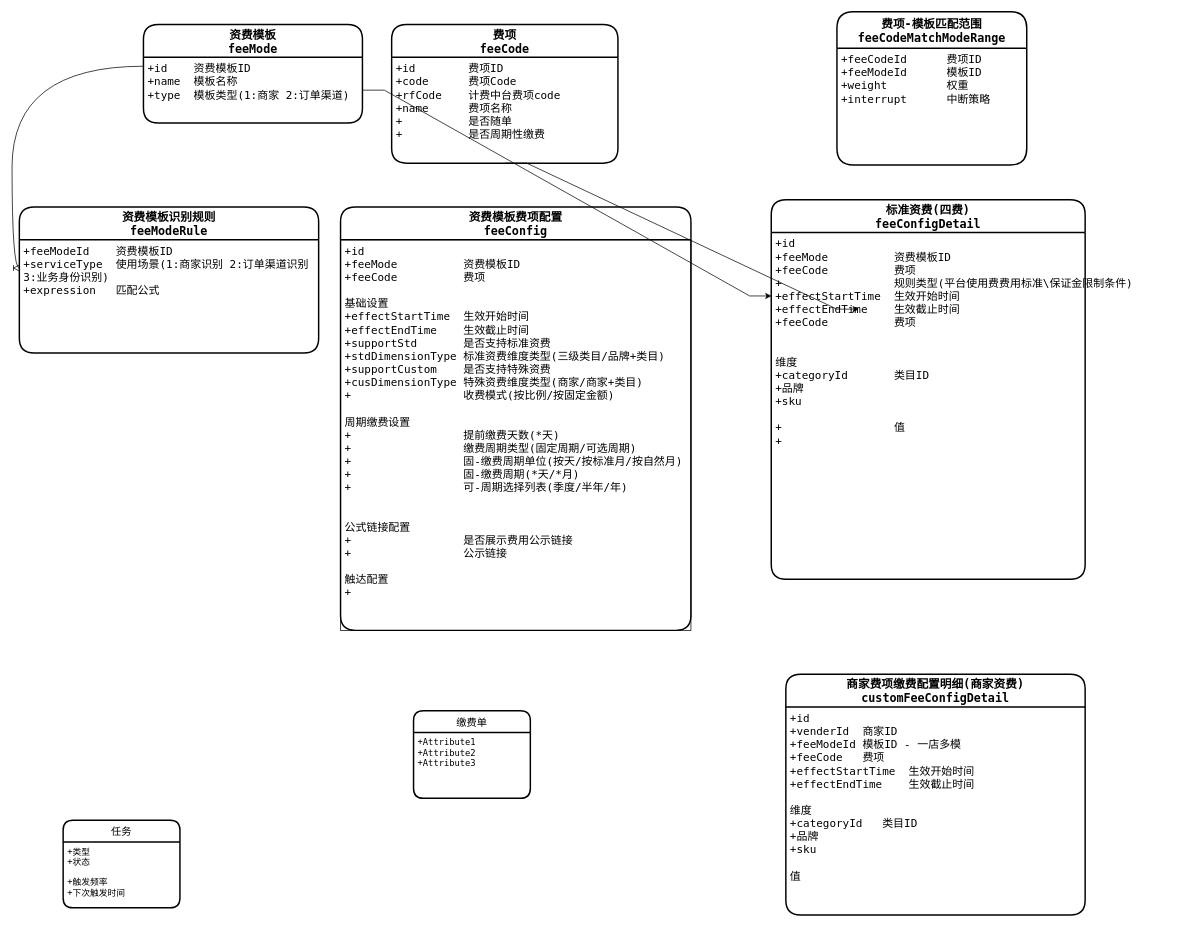
Before: 缴费平台ER图.drawio in RubberBoy/some, a draw.io diagram. Source tidied: cells renumbered, new cells numbered last; positions are measured from the earlier drawing's top-left corner, leaving out a move shared by most shapes. Both pictures are drawn from the tidied source at 73%, with x=0, y=0 at pixel (19, 11).
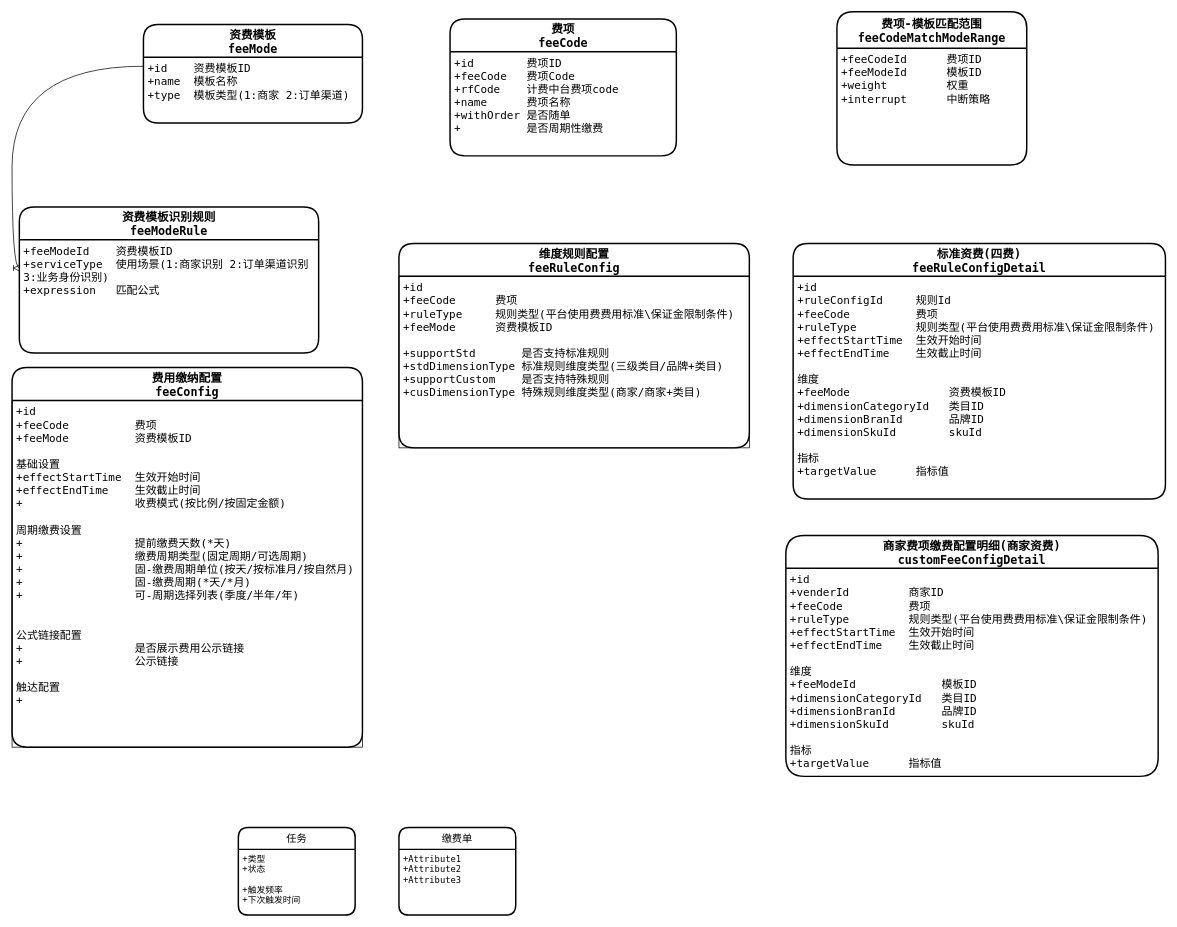
The same diagram, later.

Commit message:
更新缴费平台ER图.drawio

Unchanged cells that the change refers to:
```xml
<mxCell id="3" value="+id    资费模板ID&#10;+name  模板名称&#10;+type  模板类型(1:商家 2:订单渠道)" style="align=left;strokeColor=none;fillColor=none;spacingLeft=4;fontSize=15;verticalAlign=top;fontFamily=Menlo;" parent="2" vertex="1">
  <mxGeometry y="45" width="300" height="90" as="geometry" />
</mxCell>
```

The edit, as a diff of the source:
```diff
@@
-    <mxCell id="7" value="资费模板费项配置&#10;feeConfig" style="swimlane;horizontal=1;startSize=45;rounded=1;fontSize=16;fontStyle=1;strokeWidth=2;shadow=0;dashed=0;align=center;fontFamily=Menlo;strokeColor=#000000;" parent="1" vertex="1">
-      <mxGeometry x="440" y="268" width="480" height="580" as="geometry" />
+    <mxCell id="7" value="费用缴纳配置&#10;feeConfig" style="swimlane;horizontal=1;startSize=45;rounded=1;fontSize=16;fontStyle=1;strokeWidth=2;shadow=0;dashed=0;align=center;fontFamily=Menlo;strokeColor=#000000;" parent="1" vertex="1">
+      <mxGeometry x="-10" y="488" width="480" height="520" as="geometry" />
     </mxCell>
-    <mxCell id="8" value="+id&#10;+feeMode          资费模板ID&#10;+feeCode          费项&#10;&#10;基础设置&#10;+effectStartTime  生效开始时间&#10;+effectEndTime    生效截止时间&#10;+supportStd       是否支持标准资费&#10;+stdDimensionType 标准资费维度类型(三级类目/品牌+类目)&#10;+supportCustom    是否支持特殊资费&#10;+cusDimensionType 特殊资费维度类型(商家/商家+类目)&#10;+                 收费模式(按比例/按固定金额)&#10;&#10;周期缴费设置&#10;+                 提前缴费天数(*天)&#10;+                 缴费周期类型(固定周期/可选周期)&#10;+                 固-缴费周期单位(按天/按标准月/按自然月)&#10;+                 固-缴费周期(*天/*月)&#10;+                 可-周期选择列表(季度/半年/年)&#10;&#10;&#10;公式链接配置&#10;+                 是否展示费用公示链接&#10;+                 公示链接&#10;&#10;触达配置&#10;+                 &#10;&#10;&#10;" style="align=left;strokeColor=#000000;fillColor=none;spacingLeft=4;fontSize=15;verticalAlign=top;fontFamily=Menlo;fontColor=#000000;" parent="7" vertex="1">
-      <mxGeometry y="45" width="480" height="535" as="geometry" />
+    <mxCell id="8" value="+id&#10;+feeCode          费项&#10;+feeMode          资费模板ID&#10;&#10;基础设置&#10;+effectStartTime  生效开始时间&#10;+effectEndTime    生效截止时间&#10;+                 收费模式(按比例/按固定金额)&#10;&#10;周期缴费设置&#10;+                 提前缴费天数(*天)&#10;+                 缴费周期类型(固定周期/可选周期)&#10;+                 固-缴费周期单位(按天/按标准月/按自然月)&#10;+                 固-缴费周期(*天/*月)&#10;+                 可-周期选择列表(季度/半年/年)&#10;&#10;&#10;公式链接配置&#10;+                 是否展示费用公示链接&#10;+                 公示链接&#10;&#10;触达配置&#10;+                 &#10;&#10;&#10;" style="align=left;strokeColor=#000000;fillColor=none;spacingLeft=4;fontSize=15;verticalAlign=top;fontFamily=Menlo;fontColor=#000000;" parent="7" vertex="1">
+      <mxGeometry y="45" width="480" height="475" as="geometry" />
     </mxCell>
     <mxCell id="9" value="费项&#10;feeCode" style="swimlane;horizontal=1;startSize=45;rounded=1;fontSize=16;fontStyle=1;strokeWidth=2;shadow=0;dashed=0;align=center;fontFamily=Menlo;" parent="1" vertex="1">
-      <mxGeometry x="510" y="18" width="310" height="190" as="geometry" />
+      <mxGeometry x="590" y="10.5" width="310" height="187.5" as="geometry" />
     </mxCell>
-    <mxCell id="10" value="+id        费项ID&#10;+code      费项Code&#10;+rfCode    计费中台费项code&#10;+name      费项名称&#10;+          是否随单&#10;+          是否周期性缴费" style="align=left;strokeColor=none;fillColor=none;spacingLeft=4;fontSize=15;verticalAlign=top;fontFamily=Menlo;" parent="9" vertex="1">
-      <mxGeometry y="45" width="310" height="145" as="geometry" />
+    <mxCell id="10" value="+id        费项ID&#10;+feeCode   费项Code&#10;+rfCode    计费中台费项code&#10;+name      费项名称&#10;+withOrder 是否随单&#10;+          是否周期性缴费" style="align=left;strokeColor=none;fillColor=none;spacingLeft=4;fontSize=15;verticalAlign=top;fontFamily=Menlo;" parent="9" vertex="1">
+      <mxGeometry y="45" width="310" height="142.5" as="geometry" />
     </mxCell>
-    <mxCell id="11" value="标准资费(四费)&#10;feeConfigDetail" style="swimlane;horizontal=1;startSize=45;rounded=1;fontSize=16;fontStyle=1;strokeWidth=2;shadow=0;dashed=0;align=center;fontFamily=Menlo;" parent="1" vertex="1">
-      <mxGeometry x="1030" y="258" width="430" height="520" as="geometry" />
+    <mxCell id="11" value="标准资费(四费)&#10;feeRuleConfigDetail" style="swimlane;horizontal=1;startSize=45;rounded=1;fontSize=16;fontStyle=1;strokeWidth=2;shadow=0;dashed=0;align=center;fontFamily=Menlo;" parent="1" vertex="1">
+      <mxGeometry x="1060" y="318" width="510" height="350" as="geometry" />
     </mxCell>
-    <mxCell id="12" value="+id&#10;+feeMode          资费模板ID&#10;+feeCode          费项&#10;+                 规则类型(平台使用费费用标准\保证金限制条件)&#10;+effectStartTime  生效开始时间&#10;+effectEndTime    生效截止时间&#10;+feeCode          费项&#10;&#10;&#10;维度&#10;+categoryId       类目ID&#10;+品牌&#10;+sku&#10;&#10;+                 值&#10;+" style="align=left;strokeColor=none;fillColor=none;spacingLeft=4;fontSize=15;verticalAlign=top;fontFamily=Menlo;" parent="11" vertex="1">
-      <mxGeometry y="45" width="430" height="475" as="geometry" />
+    <mxCell id="12" value="+id&#10;+ruleConfigId     规则Id&#10;+feeCode          费项&#10;+ruleType         规则类型(平台使用费费用标准\保证金限制条件)&#10;+effectStartTime  生效开始时间&#10;+effectEndTime    生效截止时间&#10;&#10;维度&#10;+feeMode               资费模板ID&#10;+dimensionCategoryId   类目ID&#10;+dimensionBranId       品牌ID&#10;+dimensionSkuId        skuId&#10;&#10;指标&#10;+targetValue      指标值" style="align=left;strokeColor=none;fillColor=none;spacingLeft=4;fontSize=15;verticalAlign=top;fontFamily=Menlo;" parent="11" vertex="1">
+      <mxGeometry y="45" width="510" height="305" as="geometry" />
     </mxCell>
-    <mxCell id="13" value="商家费项缴费配置明细(商家资费)&#10;customFeeConfigDetail" style="swimlane;horizontal=1;startSize=45;rounded=1;fontSize=16;fontStyle=1;strokeWidth=2;shadow=0;dashed=0;align=center;fontFamily=Menlo;" parent="1" vertex="1">
-      <mxGeometry x="1050" y="908" width="410" height="330" as="geometry" />
+    <mxCell id="13" value="商家费项缴费配置明细(商家资费)&#10;customFeeConfigDetail" style="swimlane;horizontal=1;startSize=45;rounded=1;fontSize=16;fontStyle=1;strokeWidth=2;shadow=0;dashed=0;align=center;fontFamily=Menlo;arcSize=19;" parent="1" vertex="1">
+      <mxGeometry x="1050" y="718" width="510" height="330" as="geometry" />
     </mxCell>
-    <mxCell id="14" value="+id&#10;+venderId  商家ID&#10;+feeModeId 模板ID - 一店多模&#10;+feeCode   费项&#10;+effectStartTime  生效开始时间&#10;+effectEndTime    生效截止时间&#10;&#10;维度&#10;+categoryId   类目ID&#10;+品牌&#10;+sku&#10;&#10;值&#10;" style="align=left;strokeColor=none;fillColor=none;spacingLeft=4;fontSize=15;verticalAlign=top;fontFamily=Menlo;" parent="13" vertex="1">
-      <mxGeometry y="45" width="410" height="285" as="geometry" />
+    <mxCell id="14" value="+id&#10;+venderId         商家ID&#10;+feeCode          费项&#10;+ruleType         规则类型(平台使用费费用标准\保证金限制条件)&#10;+effectStartTime  生效开始时间&#10;+effectEndTime    生效截止时间&#10;&#10;维度&#10;+feeModeId             模板ID&#10;+dimensionCategoryId   类目ID&#10;+dimensionBranId       品牌ID&#10;+dimensionSkuId        skuId&#10;&#10;指标&#10;+targetValue      指标值&#10;" style="align=left;strokeColor=none;fillColor=none;spacingLeft=4;fontSize=15;verticalAlign=top;fontFamily=Menlo;" parent="13" vertex="1">
+      <mxGeometry y="45" width="510" height="285" as="geometry" />
     </mxCell>
@@
+    <mxCell id="19" value="任务" style="swimlane;horizontal=1;startSize=30;rounded=1;fontSize=14;fontStyle=0;strokeWidth=2;shadow=0;dashed=0;align=center;strokeColor=#000000;fontFamily=Menlo;" parent="1" vertex="1">
+      <mxGeometry x="300" y="1118" width="160" height="120" as="geometry" />
+    </mxCell>
+    <mxCell id="20" value="+类型&#10;+状态&#10;&#10;+触发频率&#10;+下次触发时间" style="align=left;strokeColor=none;fillColor=none;spacingLeft=4;fontSize=12;verticalAlign=top;fontFamily=Menlo;" parent="19" vertex="1">
+      <mxGeometry y="30" width="160" height="90" as="geometry" />
+    </mxCell>
+    <mxCell id="23" value="维度规则配置&#10;feeRuleConfig" style="swimlane;horizontal=1;startSize=45;rounded=1;fontSize=16;fontStyle=1;strokeWidth=2;shadow=0;dashed=0;align=center;fontFamily=Menlo;strokeColor=#000000;" parent="1" vertex="1">
+      <mxGeometry x="520" y="318" width="480" height="280" as="geometry" />
+    </mxCell>
+    <mxCell id="24" value="+id&#10;+feeCode      费项&#10;+ruleType     规则类型(平台使用费费用标准\保证金限制条件)&#10;+feeMode      资费模板ID&#10;&#10;+supportStd       是否支持标准规则&#10;+stdDimensionType 标准规则维度类型(三级类目/品牌+类目)&#10;+supportCustom    是否支持特殊规则&#10;+cusDimensionType 特殊规则维度类型(商家/商家+类目)&#10;&#10;&#10;" style="align=left;strokeColor=#000000;fillColor=none;spacingLeft=4;fontSize=15;verticalAlign=top;fontFamily=Menlo;fontColor=#000000;" parent="23" vertex="1">
+      <mxGeometry y="45" width="480" height="235" as="geometry" />
+    </mxCell>
     <mxCell id="17" value="缴费单" style="swimlane;horizontal=1;startSize=30;rounded=1;fontSize=14;fontStyle=0;strokeWidth=2;shadow=0;dashed=0;align=center;strokeColor=#000000;fontFamily=Menlo;" parent="1" vertex="1">
-      <mxGeometry x="540" y="958" width="160" height="120" as="geometry" />
+      <mxGeometry x="520" y="1118" width="160" height="120" as="geometry" />
     </mxCell>
@@
-    <mxCell id="19" value="任务" style="swimlane;horizontal=1;startSize=30;rounded=1;fontSize=14;fontStyle=0;strokeWidth=2;shadow=0;dashed=0;align=center;strokeColor=#000000;fontFamily=Menlo;" parent="1" vertex="1">
-      <mxGeometry x="60" y="1108" width="160" height="120" as="geometry" />
-    </mxCell>
-    <mxCell id="20" value="+类型&#10;+状态&#10;&#10;+触发频率&#10;+下次触发时间" style="align=left;strokeColor=none;fillColor=none;spacingLeft=4;fontSize=12;verticalAlign=top;fontFamily=Menlo;" parent="19" vertex="1">
-      <mxGeometry y="30" width="160" height="90" as="geometry" />
-    </mxCell>
-    <mxCell id="21" style="edgeStyle=entityRelationEdgeStyle;rounded=0;jettySize=auto;html=1;entryX=0.001;entryY=0.183;entryDx=0;entryDy=0;entryPerimeter=0;fontFamily=Menlo;fontSize=15;" parent="1" edge="1" source="3" target="12">
-      <mxGeometry relative="1" as="geometry" />
-    </mxCell>
-    <mxCell id="22" style="edgeStyle=entityRelationEdgeStyle;rounded=0;jettySize=auto;html=1;exitX=0.5;exitY=1;exitDx=0;exitDy=0;fontFamily=Menlo;fontSize=15;" parent="1" edge="1" source="10">
-      <mxGeometry relative="1" as="geometry">
-        <mxPoint x="1150" y="408" as="targetPoint" />
-      </mxGeometry>
-    </mxCell>
```
